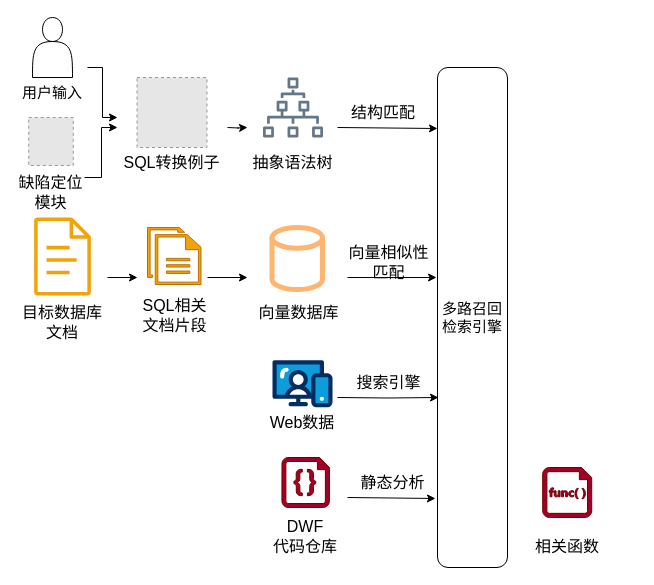
Earlier version of the draw.io diagram drawioFile/retrieval.drawio (Olive-2019/drawio-source). Source tidied: cells renumbered, new cells numbered last; positions are measured from the earlier drawing's top-left corner, leaving out a move shared by most shapes. Both pictures are drawn from the tidied source at 100%, with x=0, y=0 at pixel (17, 17). Pictures stored in the file or linked from it are replaced by grey dashed boxes.
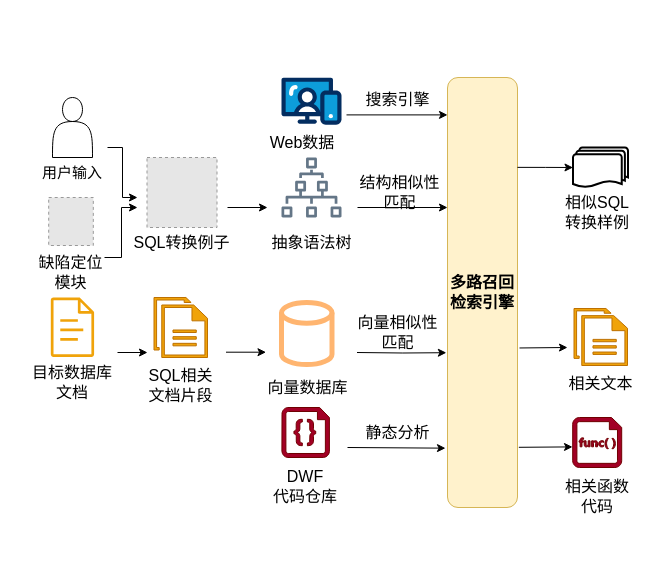
After the change.

Unchanged cells that the change refers to:
```xml
<mxCell id="25" style="sketch=0;shadow=0;dashed=0;html=1;strokeColor=#6F0000;labelPosition=center;verticalLabelPosition=bottom;verticalAlign=top;align=center;fillColor=#a20025;shape=mxgraph.mscae.enterprise.code_file;fontColor=#ffffff;" parent="24" vertex="1">
  <mxGeometry x="15.2" width="49" height="50" as="geometry" />
</mxCell>
```

What changed in the source:
```diff
@@
     <mxCell id="2" style="group;strokeColor=none;dashed=1;strokeWidth=2;" parent="1" vertex="1">
-      <mxGeometry x="100" y="60" width="109" height="100" as="geometry" />
+      <mxGeometry x="110" y="140" width="109" height="100" as="geometry" />
     </mxCell>
@@
     <mxCell id="5" style="group;dashed=1;strokeWidth=2;strokeColor=none;" parent="1" vertex="1">
-      <mxGeometry x="230" y="60" width="91" height="100" as="geometry" />
+      <mxGeometry x="248.5" y="140" width="91" height="100" as="geometry" />
     </mxCell>
@@
-    <mxCell id="8" style="endArrow=classic;html=1;rounded=0;entryX=0;entryY=0.122;entryDx=0;entryDy=0;entryPerimeter=0;edgeStyle=orthogonalEdgeStyle;" parent="5" edge="1" target="41">
-      <mxGeometry relative="1" as="geometry">
-        <mxPoint x="90" y="50" as="sourcePoint" />
-      </mxGeometry>
-    </mxCell>
-    <mxCell id="9" style="group;strokeColor=none;dashed=1;strokeWidth=2;" parent="1" vertex="1">
-      <mxGeometry y="200" width="90" height="120" as="geometry" />
-    </mxCell>
-    <mxCell id="10" style="sketch=0;fillColor=#f0a30a;strokeColor=#BD7000;dashed=0;verticalLabelPosition=bottom;verticalAlign=top;align=center;html=1;fontSize=16;fontStyle=0;shape=mxgraph.aws4.document;fontColor=#000000;" parent="9" vertex="1">
-      <mxGeometry x="16.5" width="57" height="78" as="geometry" />
-    </mxCell>
-    <mxCell id="11" value="目标数据库&lt;div&gt;文档&lt;/div&gt;" style="text;html=1;align=center;verticalAlign=middle;whiteSpace=wrap;rounded=0;fontSize=16;" parent="9" vertex="1">
-      <mxGeometry y="90" width="90" height="30" as="geometry" />
-    </mxCell>
-    <mxCell id="12" style="endArrow=classic;html=1;rounded=0;" parent="9" edge="1">
-      <mxGeometry relative="1" as="geometry">
-        <mxPoint x="90" y="60" as="sourcePoint" />
-        <mxPoint x="120" y="60" as="targetPoint" />
-      </mxGeometry>
-    </mxCell>
-    <mxCell id="13" style="group;strokeColor=none;dashed=1;strokeWidth=2;" parent="1" vertex="1">
-      <mxGeometry x="123.5" y="210" width="66.5" height="103.2" as="geometry" />
-    </mxCell>
-    <mxCell id="14" style="sketch=0;shadow=0;dashed=0;html=1;strokeColor=#BD7000;fillColor=#f0a30a;labelPosition=center;verticalLabelPosition=bottom;verticalAlign=top;align=center;shape=mxgraph.office.concepts.documents;fontColor=#000000;fontSize=16;" parent="13" vertex="1">
-      <mxGeometry x="6.5" width="53.5" height="57" as="geometry" />
-    </mxCell>
-    <mxCell id="15" value="SQL相关&lt;div&gt;文档片段&lt;/div&gt;" style="text;html=1;align=center;verticalAlign=middle;whiteSpace=wrap;rounded=0;fontSize=16;" parent="13" vertex="1">
-      <mxGeometry y="73.2" width="66.5" height="30" as="geometry" />
-    </mxCell>
-    <mxCell id="16" style="group;strokeColor=none;dashed=1;strokeWidth=2;" parent="1" vertex="1">
-      <mxGeometry x="230.5" y="210" width="100" height="100" as="geometry" />
-    </mxCell>
-    <mxCell id="17" style="strokeWidth=5;html=1;shape=mxgraph.flowchart.database;whiteSpace=wrap;fontSize=16;fillColor=default;fontColor=#000000;strokeColor=#FFB570;" parent="16" vertex="1">
-      <mxGeometry x="24" width="50.5" height="62" as="geometry" />
-    </mxCell>
-    <mxCell id="18" value="向量数据库" style="text;html=1;align=center;verticalAlign=middle;strokeColor=none;fillColor=none;fontSize=16;" parent="16" vertex="1">
-      <mxGeometry y="70" width="100" height="30" as="geometry" />
-    </mxCell>
-    <mxCell id="19" style="endArrow=classic;html=1;rounded=0;entryX=-0.014;entryY=0.42;entryDx=0;entryDy=0;entryPerimeter=0;" parent="16" edge="1" target="41">
-      <mxGeometry relative="1" as="geometry">
-        <mxPoint x="99.5" y="50" as="sourcePoint" />
-      </mxGeometry>
-    </mxCell>
     <mxCell id="20" style="group;strokeColor=none;dashed=1;strokeWidth=2;" parent="1" vertex="1">
-      <mxGeometry x="250" y="440" width="76.2" height="94" as="geometry" />
+      <mxGeometry x="250" y="390" width="76.2" height="94" as="geometry" />
     </mxCell>
@@
     <mxCell id="24" style="group;strokeColor=none;dashed=1;strokeWidth=2;" parent="1" vertex="1">
-      <mxGeometry x="510" y="450" width="79.5" height="94" as="geometry" />
+      <mxGeometry x="540" y="400" width="79.5" height="94" as="geometry" />
     </mxCell>
@@
-    <mxCell id="26" value="相关函数" style="text;html=1;align=center;verticalAlign=middle;whiteSpace=wrap;rounded=0;fontSize=16;" parent="24" vertex="1">
+    <mxCell id="26" value="相关函数&lt;div&gt;代码&lt;/div&gt;" style="text;html=1;align=center;verticalAlign=middle;whiteSpace=wrap;rounded=0;fontSize=16;" parent="24" vertex="1">
       <mxGeometry y="64" width="79.5" height="30" as="geometry" />
     </mxCell>
-    <mxCell id="27" style="group;strokeColor=none;dashed=1;strokeWidth=2;" parent="1" vertex="1">
-      <mxGeometry x="250" y="330" width="70" height="90" as="geometry" />
-    </mxCell>
-    <mxCell id="28" style="verticalLabelPosition=bottom;html=1;shape=mxgraph.salesforce.web;fillColor=#60a917;fontColor=#ffffff;strokeColor=#2D7600;" parent="27" vertex="1">
-      <mxGeometry x="5" y="12.6" width="60" height="47.4" as="geometry" />
-    </mxCell>
-    <mxCell id="29" value="Web数据" style="text;html=1;align=center;verticalAlign=middle;whiteSpace=wrap;rounded=0;fontSize=16;" parent="27" vertex="1">
-      <mxGeometry y="60" width="70" height="30" as="geometry" />
-    </mxCell>
-    <mxCell id="30" style="endArrow=classic;html=1;rounded=0;entryX=0.014;entryY=0.66;entryDx=0;entryDy=0;entryPerimeter=0;edgeStyle=orthogonalEdgeStyle;" parent="27" edge="1" target="41">
-      <mxGeometry relative="1" as="geometry">
-        <mxPoint x="70" y="50" as="sourcePoint" />
-      </mxGeometry>
-    </mxCell>
     <mxCell id="31" style="group;strokeColor=none;dashed=1;strokeWidth=2;" parent="1" vertex="1">
-      <mxGeometry y="100" width="67" height="90" as="geometry" />
+      <mxGeometry x="20" y="180" width="67" height="90" as="geometry" />
     </mxCell>
@@
     <mxCell id="34" style="group;strokeColor=none;dashed=1;strokeWidth=2;" parent="1" vertex="1">
-      <mxGeometry width="70" height="90" as="geometry" />
+      <mxGeometry x="20" y="80" width="70" height="90" as="geometry" />
     </mxCell>
@@
     <mxCell id="37" style="endArrow=classic;html=1;rounded=0;edgeStyle=elbowEdgeStyle;" parent="1" edge="1">
       <mxGeometry relative="1" as="geometry">
-        <mxPoint x="70" y="50" as="sourcePoint" />
-        <mxPoint x="100" y="100" as="targetPoint" />
+        <mxPoint x="90" y="130" as="sourcePoint" />
+        <mxPoint x="120" y="180" as="targetPoint" />
       </mxGeometry>
     </mxCell>
     <mxCell id="38" style="endArrow=classic;html=1;rounded=0;edgeStyle=elbowEdgeStyle;" parent="1" edge="1">
       <mxGeometry relative="1" as="geometry">
-        <mxPoint x="67" y="160" as="sourcePoint" />
-        <mxPoint x="100" y="110" as="targetPoint" />
+        <mxPoint x="87" y="240" as="sourcePoint" />
+        <mxPoint x="120" y="190" as="targetPoint" />
       </mxGeometry>
     </mxCell>
     <mxCell id="39" style="endArrow=classic;html=1;rounded=0;edgeStyle=orthogonalEdgeStyle;" parent="1" edge="1">
       <mxGeometry relative="1" as="geometry">
-        <mxPoint x="210" y="110" as="sourcePoint" />
-        <mxPoint x="230" y="110" as="targetPoint" />
+        <mxPoint x="210" y="190" as="sourcePoint" />
+        <mxPoint x="250" y="190" as="targetPoint" />
       </mxGeometry>
     </mxCell>
-    <mxCell id="40" style="endArrow=classic;html=1;rounded=0;" parent="1" edge="1">
-      <mxGeometry relative="1" as="geometry">
-        <mxPoint x="190" y="260" as="sourcePoint" />
-        <mxPoint x="230" y="260" as="targetPoint" />
-      </mxGeometry>
-    </mxCell>
-    <mxCell id="41" value="多路召回&lt;div&gt;检索引擎&lt;/div&gt;" style="rounded=1;whiteSpace=wrap;html=1;fontSize=15;" parent="1" vertex="1">
-      <mxGeometry x="420" y="50" width="70" height="500" as="geometry" />
+    <mxCell id="41" value="多路召回&lt;div style=&quot;font-size: 16px;&quot;&gt;检索引擎&lt;/div&gt;" style="rounded=1;whiteSpace=wrap;html=1;fontSize=16;fillColor=#fff2cc;strokeColor=#d6b656;fontStyle=1;" parent="1" vertex="1">
+      <mxGeometry x="430" y="60" width="70" height="430" as="geometry" />
     </mxCell>
-    <mxCell id="42" value="结构匹配" style="text;html=1;align=center;verticalAlign=middle;whiteSpace=wrap;rounded=0;fontSize=16;" parent="1" vertex="1">
-      <mxGeometry x="330.5" y="80" width="70" height="30" as="geometry" />
+    <mxCell id="42" value="结构相似性&lt;div&gt;匹配&lt;/div&gt;" style="text;html=1;align=center;verticalAlign=middle;whiteSpace=wrap;rounded=0;fontSize=16;" parent="1" vertex="1">
+      <mxGeometry x="339.5" y="160" width="84.5" height="30" as="geometry" />
     </mxCell>
+    <mxCell id="45" value="静态分析" style="text;html=1;align=center;verticalAlign=middle;whiteSpace=wrap;rounded=0;fontSize=16;" parent="1" vertex="1">
+      <mxGeometry x="335.3" y="400" width="90.5" height="30" as="geometry" />
+    </mxCell>
+    <mxCell id="44" value="搜索引擎" style="text;html=1;align=center;verticalAlign=middle;whiteSpace=wrap;rounded=0;fontSize=16;" parent="1" vertex="1">
+      <mxGeometry x="335.3" y="67.4" width="90.5" height="30" as="geometry" />
+    </mxCell>
+    <mxCell id="28" style="verticalLabelPosition=bottom;html=1;shape=mxgraph.salesforce.web;fillColor=#60a917;fontColor=#ffffff;strokeColor=#2D7600;" parent="1" vertex="1">
+      <mxGeometry x="264" y="60" width="60" height="47.4" as="geometry" />
+    </mxCell>
+    <mxCell id="29" value="Web数据" style="text;html=1;align=center;verticalAlign=middle;whiteSpace=wrap;rounded=0;fontSize=16;" parent="1" vertex="1">
+      <mxGeometry x="250" y="110" width="70" height="30" as="geometry" />
+    </mxCell>
+    <mxCell id="30" style="endArrow=classic;html=1;rounded=0;entryX=0.014;entryY=0.34;entryDx=0;entryDy=0;entryPerimeter=0;edgeStyle=orthogonalEdgeStyle;" parent="1" edge="1">
+      <mxGeometry relative="1" as="geometry">
+        <mxPoint x="329" y="97.4" as="sourcePoint" />
+        <mxPoint x="430" y="97.4" as="targetPoint" />
+      </mxGeometry>
+    </mxCell>
+    <mxCell id="13" style="group;strokeColor=none;dashed=1;strokeWidth=2;" parent="1" vertex="1">
+      <mxGeometry x="130" y="280" width="66.5" height="103.2" as="geometry" />
+    </mxCell>
+    <mxCell id="14" style="sketch=0;shadow=0;dashed=0;html=1;strokeColor=#BD7000;fillColor=#f0a30a;labelPosition=center;verticalLabelPosition=bottom;verticalAlign=top;align=center;shape=mxgraph.office.concepts.documents;fontColor=#000000;fontSize=16;" parent="13" vertex="1">
+      <mxGeometry x="6.5" width="53.5" height="60" as="geometry" />
+    </mxCell>
+    <mxCell id="15" value="SQL相关&lt;div&gt;文档片段&lt;/div&gt;" style="text;html=1;align=center;verticalAlign=middle;whiteSpace=wrap;rounded=0;fontSize=16;" parent="13" vertex="1">
+      <mxGeometry y="73.2" width="66.5" height="30" as="geometry" />
+    </mxCell>
+    <mxCell id="16" style="group;strokeColor=none;dashed=1;strokeWidth=2;" parent="1" vertex="1">
+      <mxGeometry x="240" y="285" width="100" height="100" as="geometry" />
+    </mxCell>
+    <mxCell id="17" style="strokeWidth=5;html=1;shape=mxgraph.flowchart.database;whiteSpace=wrap;fontSize=16;fillColor=default;fontColor=#000000;strokeColor=#FFB570;" parent="16" vertex="1">
+      <mxGeometry x="24" width="50.5" height="62" as="geometry" />
+    </mxCell>
+    <mxCell id="18" value="向量数据库" style="text;html=1;align=center;verticalAlign=middle;strokeColor=none;fillColor=none;fontSize=16;" parent="16" vertex="1">
+      <mxGeometry y="70" width="100" height="30" as="geometry" />
+    </mxCell>
+    <mxCell id="19" style="endArrow=classic;html=1;rounded=0;entryX=-0.016;entryY=0.64;entryDx=0;entryDy=0;entryPerimeter=0;edgeStyle=orthogonalEdgeStyle;" parent="16" edge="1" target="41">
+      <mxGeometry relative="1" as="geometry">
+        <mxPoint x="99.5" y="50" as="sourcePoint" />
+      </mxGeometry>
+    </mxCell>
+    <mxCell id="40" style="endArrow=classic;html=1;rounded=0;edgeStyle=orthogonalEdgeStyle;" parent="1" edge="1">
+      <mxGeometry relative="1" as="geometry">
+        <mxPoint x="208.5" y="334.7" as="sourcePoint" />
+        <mxPoint x="248.5" y="334.7" as="targetPoint" />
+      </mxGeometry>
+    </mxCell>
     <mxCell id="43" value="向量相似性&lt;div&gt;匹配&lt;/div&gt;" style="text;html=1;align=center;verticalAlign=middle;whiteSpace=wrap;rounded=0;fontSize=16;" parent="1" vertex="1">
-      <mxGeometry x="326.2" y="230" width="90.5" height="30" as="geometry" />
+      <mxGeometry x="335.3" y="300" width="90.5" height="30" as="geometry" />
     </mxCell>
-    <mxCell id="44" value="搜索引擎" style="text;html=1;align=center;verticalAlign=middle;whiteSpace=wrap;rounded=0;fontSize=16;" parent="1" vertex="1">
-      <mxGeometry x="326.2" y="350" width="90.5" height="30" as="geometry" />
-    </mxCell>
-    <mxCell id="45" value="静态分析" style="text;html=1;align=center;verticalAlign=middle;whiteSpace=wrap;rounded=0;fontSize=16;" parent="1" vertex="1">
-      <mxGeometry x="329.5" y="450" width="90.5" height="30" as="geometry" />
-    </mxCell>
+    <mxCell id="46" style="group;strokeColor=none;dashed=1;strokeWidth=2;" parent="1" vertex="1">
+      <mxGeometry x="550" y="291" width="66.5" height="103.2" as="geometry" />
+    </mxCell>
+    <mxCell id="47" style="sketch=0;shadow=0;dashed=0;html=1;strokeColor=#BD7000;fillColor=#f0a30a;labelPosition=center;verticalLabelPosition=bottom;verticalAlign=top;align=center;shape=mxgraph.office.concepts.documents;fontColor=#000000;fontSize=16;" parent="46" vertex="1">
+      <mxGeometry x="6.5" width="53.5" height="57" as="geometry" />
+    </mxCell>
+    <mxCell id="48" value="相关文本" style="text;html=1;align=center;verticalAlign=middle;whiteSpace=wrap;rounded=0;fontSize=16;" parent="46" vertex="1">
+      <mxGeometry y="60" width="66.5" height="30" as="geometry" />
+    </mxCell>
+    <mxCell id="49" style="group;" parent="1" vertex="1">
+      <mxGeometry x="540" y="130" width="80" height="80" as="geometry" />
+    </mxCell>
+    <mxCell id="50" style="strokeWidth=2;html=1;shape=mxgraph.flowchart.multi-document;whiteSpace=wrap;" parent="49" vertex="1">
+      <mxGeometry x="15.5" width="55" height="40" as="geometry" />
+    </mxCell>
+    <mxCell id="51" value="相似SQL转换样例" style="text;html=1;align=center;verticalAlign=middle;whiteSpace=wrap;rounded=0;fontSize=16;" parent="49" vertex="1">
+      <mxGeometry y="50" width="80" height="30" as="geometry" />
+    </mxCell>
+    <mxCell id="52" style="endArrow=classic;html=1;rounded=0;entryX=0;entryY=0.5;entryDx=0;entryDy=0;entryPerimeter=0;exitX=0.999;exitY=0.209;exitDx=0;exitDy=0;exitPerimeter=0;edgeStyle=orthogonalEdgeStyle;" parent="1" edge="1" source="41" target="50">
+      <mxGeometry relative="1" as="geometry" />
+    </mxCell>
+    <mxCell id="53" style="endArrow=classic;html=1;rounded=0;exitX=1.029;exitY=0.629;exitDx=0;exitDy=0;exitPerimeter=0;edgeStyle=orthogonalEdgeStyle;" parent="1" edge="1" source="41">
+      <mxGeometry relative="1" as="geometry">
+        <mxPoint x="550" y="330" as="targetPoint" />
+      </mxGeometry>
+    </mxCell>
+    <mxCell id="54" style="endArrow=classic;html=1;rounded=0;entryX=-0.004;entryY=0.588;entryDx=0;entryDy=0;entryPerimeter=0;exitX=1.019;exitY=0.86;exitDx=0;exitDy=0;exitPerimeter=0;" parent="1" edge="1" source="41" target="25">
+      <mxGeometry relative="1" as="geometry" />
+    </mxCell>
+    <mxCell id="55" style="endArrow=classic;html=1;rounded=0;" parent="1" edge="1">
+      <mxGeometry relative="1" as="geometry">
+        <mxPoint x="340" y="190" as="sourcePoint" />
+        <mxPoint x="430" y="190" as="targetPoint" />
+      </mxGeometry>
+    </mxCell>
+    <mxCell id="12" style="endArrow=classic;html=1;rounded=0;" parent="1" edge="1">
+      <mxGeometry relative="1" as="geometry">
+        <mxPoint x="100" y="335" as="sourcePoint" />
+        <mxPoint x="130" y="335" as="targetPoint" />
+      </mxGeometry>
+    </mxCell>
+    <mxCell id="56" style="group;" parent="1" vertex="1">
+      <mxGeometry x="10" y="280" width="90" height="100" as="geometry" />
+    </mxCell>
+    <mxCell id="10" style="sketch=0;fillColor=#f0a30a;strokeColor=#BD7000;dashed=0;verticalLabelPosition=bottom;verticalAlign=top;align=center;html=1;fontSize=16;fontStyle=0;shape=mxgraph.aws4.document;fontColor=#000000;" parent="56" vertex="1">
+      <mxGeometry x="23.2" width="43.5" height="59.5" as="geometry" />
+    </mxCell>
+    <mxCell id="11" value="目标数据库&lt;div&gt;文档&lt;/div&gt;" style="text;html=1;align=center;verticalAlign=middle;whiteSpace=wrap;rounded=0;fontSize=16;" parent="56" vertex="1">
+      <mxGeometry y="70" width="90" height="30" as="geometry" />
+    </mxCell>
```
